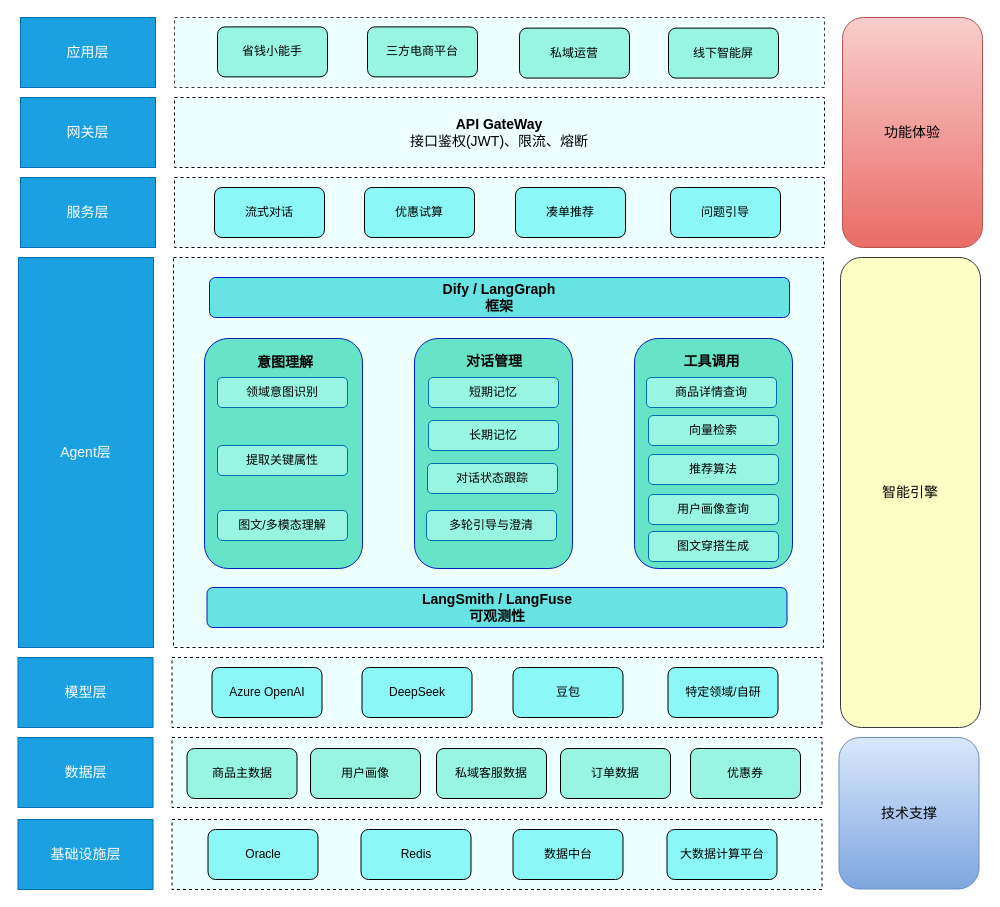
Earlier version of the draw.io diagram engineering/架构设计/省钱小能手-智能导购架构设计图.drawio (Wanke15/wanke15.github.io). Source tidied: cells renumbered, new cells numbered last; positions are measured from the earlier drawing's top-left corner, leaving out a move shared by most shapes. Both pictures are drawn from the tidied source at 100%, with x=0, y=0 at pixel (18, 17).
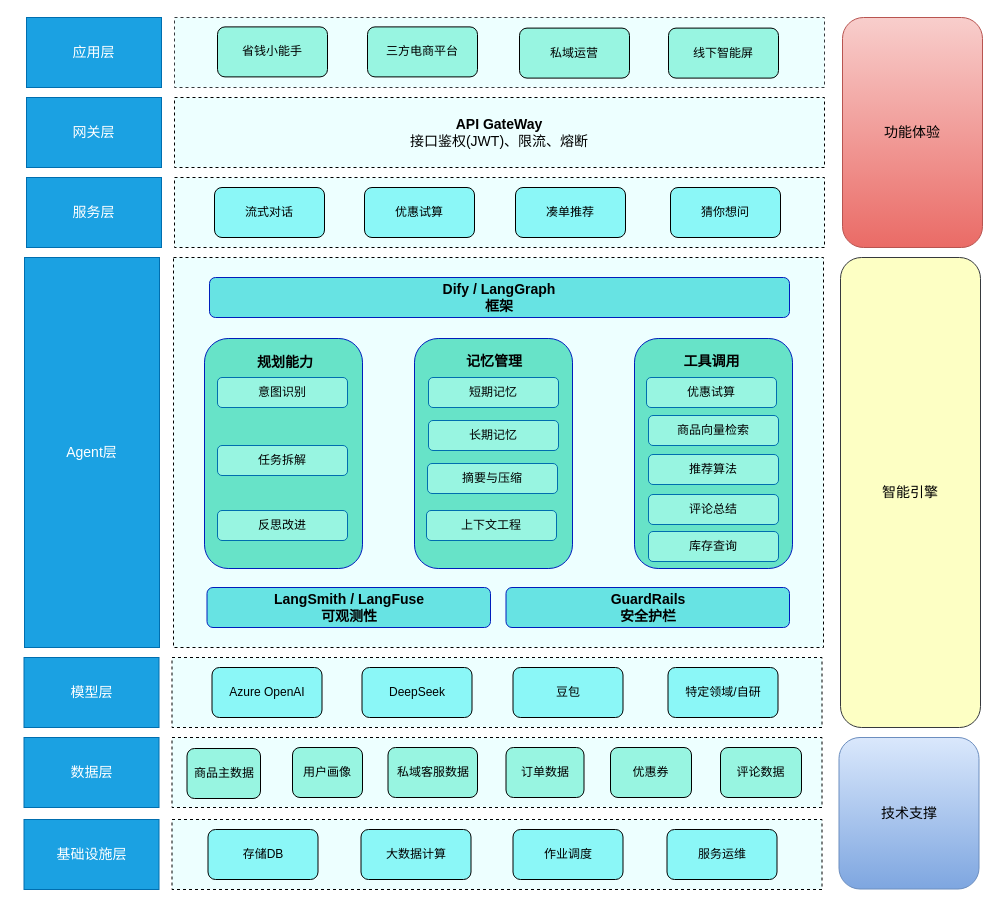
The same diagram, later.

Commit message (it also covers changes not shown here):
更新省钱小能手-智能导购架构设计图.drawio

Diff of the diagram source:
```diff
@@
     <mxCell id="2" value="&lt;font style=&quot;font-size: 14px;&quot;&gt;网关层&lt;/font&gt;" style="rounded=0;whiteSpace=wrap;html=1;fillColor=#1ba1e2;strokeColor=#006EAF;fontColor=#ffffff;" parent="1" vertex="1">
-      <mxGeometry x="2" y="80" width="135" height="70" as="geometry" />
+      <mxGeometry x="8" y="80" width="135" height="70" as="geometry" />
     </mxCell>
@@
     <mxCell id="4" value="&lt;span style=&quot;font-size: 14px;&quot;&gt;Agent层&lt;/span&gt;" style="rounded=0;whiteSpace=wrap;html=1;fillColor=#1ba1e2;strokeColor=#006EAF;fontColor=#ffffff;" parent="1" vertex="1">
-      <mxGeometry y="240" width="135" height="390" as="geometry" />
+      <mxGeometry x="6" y="240" width="135" height="390" as="geometry" />
     </mxCell>
@@
     <mxCell id="6" value="&lt;font style=&quot;font-size: 14px;&quot;&gt;数据层&lt;/font&gt;" style="rounded=0;whiteSpace=wrap;html=1;fillColor=#1ba1e2;strokeColor=#006EAF;fontColor=#ffffff;" parent="1" vertex="1">
-      <mxGeometry x="-0.5" y="720" width="135" height="70" as="geometry" />
+      <mxGeometry x="5.5" y="720" width="135" height="70" as="geometry" />
     </mxCell>
@@
     <mxCell id="8" value="商品主数据" style="rounded=1;whiteSpace=wrap;html=1;fillColor=#98F5E1;" parent="1" vertex="1">
-      <mxGeometry x="168.5" y="731" width="110" height="50" as="geometry" />
+      <mxGeometry x="168.5" y="731" width="73.5" height="50" as="geometry" />
     </mxCell>
     <mxCell id="9" value="用户画像" style="rounded=1;whiteSpace=wrap;html=1;fillColor=#98F5E1;" parent="1" vertex="1">
-      <mxGeometry x="292" y="731" width="110" height="50" as="geometry" />
+      <mxGeometry x="274" y="730" width="70" height="50" as="geometry" />
     </mxCell>
     <mxCell id="10" value="私域客服数据" style="rounded=1;whiteSpace=wrap;html=1;fillColor=#98F5E1;" parent="1" vertex="1">
-      <mxGeometry x="418" y="731" width="110" height="50" as="geometry" />
+      <mxGeometry x="369.5" y="730" width="89.5" height="50" as="geometry" />
     </mxCell>
     <mxCell id="11" value="&lt;font style=&quot;font-size: 14px;&quot;&gt;基础设施层&lt;/font&gt;" style="rounded=0;whiteSpace=wrap;html=1;fillColor=#1ba1e2;strokeColor=#006EAF;fontColor=#ffffff;" parent="1" vertex="1">
-      <mxGeometry x="-0.5" y="802" width="135" height="70" as="geometry" />
+      <mxGeometry x="5.5" y="802" width="135" height="70" as="geometry" />
     </mxCell>
@@
-    <mxCell id="13" value="Redis" style="rounded=1;whiteSpace=wrap;html=1;fillColor=#8BF7F7;" parent="1" vertex="1">
+    <mxCell id="13" value="大数据计算" style="rounded=1;whiteSpace=wrap;html=1;fillColor=#8BF7F7;" parent="1" vertex="1">
       <mxGeometry x="342.5" y="812" width="110" height="50" as="geometry" />
     </mxCell>
     <mxCell id="14" value="&lt;font style=&quot;font-size: 14px;&quot;&gt;应用层&lt;/font&gt;" style="rounded=0;whiteSpace=wrap;html=1;fillColor=#1ba1e2;strokeColor=#006EAF;fontColor=#ffffff;" parent="1" vertex="1">
-      <mxGeometry x="2" width="135" height="70" as="geometry" />
+      <mxGeometry x="8" width="135" height="70" as="geometry" />
     </mxCell>
@@
     <mxCell id="23" value="订单数据" style="rounded=1;whiteSpace=wrap;html=1;fillColor=#98F5E1;" parent="1" vertex="1">
-      <mxGeometry x="542" y="731" width="110" height="50" as="geometry" />
+      <mxGeometry x="487.5" y="730" width="78" height="50" as="geometry" />
     </mxCell>
@@
-    <mxCell id="25" value="&lt;span style=&quot;color: rgb(0, 0, 0);&quot;&gt;领域意图识别&lt;/span&gt;" style="rounded=1;whiteSpace=wrap;html=1;fillColor=#98F5E1;fontColor=#ffffff;strokeColor=#006EAF;" parent="1" vertex="1">
+    <mxCell id="25" value="&lt;span style=&quot;color: rgb(0, 0, 0);&quot;&gt;意图识别&lt;/span&gt;" style="rounded=1;whiteSpace=wrap;html=1;fillColor=#98F5E1;fontColor=#ffffff;strokeColor=#006EAF;" parent="1" vertex="1">
       <mxGeometry x="199" y="360" width="130" height="30" as="geometry" />
     </mxCell>
-    <mxCell id="26" value="&lt;font style=&quot;font-size: 14px;&quot;&gt;&lt;b&gt;意图理解&lt;/b&gt;&lt;/font&gt;" style="text;html=1;whiteSpace=wrap;strokeColor=none;fillColor=none;align=center;verticalAlign=middle;rounded=0;" parent="1" vertex="1">
+    <mxCell id="26" value="&lt;font style=&quot;font-size: 14px;&quot;&gt;&lt;b&gt;规划能力&lt;/b&gt;&lt;/font&gt;" style="text;html=1;whiteSpace=wrap;strokeColor=none;fillColor=none;align=center;verticalAlign=middle;rounded=0;" parent="1" vertex="1">
       <mxGeometry x="227" y="330" width="80" height="30" as="geometry" />
     </mxCell>
@@
-    <mxCell id="29" value="&lt;span style=&quot;font-size: 14px;&quot;&gt;&lt;b&gt;对话管理&lt;/b&gt;&lt;/span&gt;" style="text;html=1;whiteSpace=wrap;strokeColor=none;fillColor=none;align=center;verticalAlign=middle;rounded=0;" parent="1" vertex="1">
+    <mxCell id="29" value="&lt;span style=&quot;font-size: 14px;&quot;&gt;&lt;b&gt;记忆管理&lt;/b&gt;&lt;/span&gt;" style="text;html=1;whiteSpace=wrap;strokeColor=none;fillColor=none;align=center;verticalAlign=middle;rounded=0;" parent="1" vertex="1">
       <mxGeometry x="436" y="329" width="80" height="30" as="geometry" />
     </mxCell>
@@
-    <mxCell id="31" value="&lt;font style=&quot;color: rgb(0, 0, 0);&quot;&gt;商品详情查询&lt;/font&gt;" style="rounded=1;whiteSpace=wrap;html=1;fillColor=#98F5E1;fontColor=#ffffff;strokeColor=#006EAF;" parent="1" vertex="1">
+    <mxCell id="31" value="&lt;font style=&quot;color: rgb(0, 0, 0);&quot;&gt;优惠试算&lt;/font&gt;" style="rounded=1;whiteSpace=wrap;html=1;fillColor=#98F5E1;fontColor=#ffffff;strokeColor=#006EAF;" parent="1" vertex="1">
       <mxGeometry x="628" y="360" width="130" height="30" as="geometry" />
     </mxCell>
@@
-    <mxCell id="33" value="&lt;font color=&quot;#000000&quot;&gt;提取关键属性&lt;/font&gt;" style="rounded=1;whiteSpace=wrap;html=1;fillColor=#98F5E1;fontColor=#ffffff;strokeColor=#006EAF;" parent="1" vertex="1">
+    <mxCell id="33" value="&lt;font color=&quot;#000000&quot;&gt;任务拆解&lt;/font&gt;" style="rounded=1;whiteSpace=wrap;html=1;fillColor=#98F5E1;fontColor=#ffffff;strokeColor=#006EAF;" parent="1" vertex="1">
       <mxGeometry x="199" y="428" width="130" height="30" as="geometry" />
     </mxCell>
-    <mxCell id="34" value="&lt;font color=&quot;#000000&quot;&gt;图文/多模态理解&lt;/font&gt;" style="rounded=1;whiteSpace=wrap;html=1;fillColor=#98F5E1;fontColor=#ffffff;strokeColor=#006EAF;" parent="1" vertex="1">
+    <mxCell id="34" value="&lt;font color=&quot;#000000&quot;&gt;反思改进&lt;/font&gt;" style="rounded=1;whiteSpace=wrap;html=1;fillColor=#98F5E1;fontColor=#ffffff;strokeColor=#006EAF;" parent="1" vertex="1">
       <mxGeometry x="199" y="493" width="130" height="30" as="geometry" />
     </mxCell>
@@
-    <mxCell id="36" value="&lt;font style=&quot;color: rgb(0, 0, 0);&quot;&gt;对话状态跟踪&lt;/font&gt;" style="rounded=1;whiteSpace=wrap;html=1;fillColor=#98F5E1;fontColor=#ffffff;strokeColor=#006EAF;" parent="1" vertex="1">
+    <mxCell id="36" value="&lt;font style=&quot;color: rgb(0, 0, 0);&quot;&gt;摘要与压缩&lt;/font&gt;" style="rounded=1;whiteSpace=wrap;html=1;fillColor=#98F5E1;fontColor=#ffffff;strokeColor=#006EAF;" parent="1" vertex="1">
       <mxGeometry x="409" y="446" width="130" height="30" as="geometry" />
     </mxCell>
-    <mxCell id="37" value="&lt;font color=&quot;#000000&quot;&gt;向量检索&lt;/font&gt;" style="rounded=1;whiteSpace=wrap;html=1;fillColor=#98F5E1;fontColor=#ffffff;strokeColor=#006EAF;" parent="1" vertex="1">
+    <mxCell id="37" value="&lt;font color=&quot;#000000&quot;&gt;商品向量检索&lt;/font&gt;" style="rounded=1;whiteSpace=wrap;html=1;fillColor=#98F5E1;fontColor=#ffffff;strokeColor=#006EAF;" parent="1" vertex="1">
       <mxGeometry x="630" y="398" width="130" height="30" as="geometry" />
     </mxCell>
@@
-    <mxCell id="39" value="&lt;font color=&quot;#000000&quot;&gt;图文穿搭生成&lt;/font&gt;" style="rounded=1;whiteSpace=wrap;html=1;fillColor=#98F5E1;fontColor=#ffffff;strokeColor=#006EAF;" parent="1" vertex="1">
+    <mxCell id="39" value="&lt;font color=&quot;#000000&quot;&gt;库存查询&lt;/font&gt;" style="rounded=1;whiteSpace=wrap;html=1;fillColor=#98F5E1;fontColor=#ffffff;strokeColor=#006EAF;" parent="1" vertex="1">
       <mxGeometry x="630" y="514" width="130" height="30" as="geometry" />
     </mxCell>
-    <mxCell id="40" value="&lt;font color=&quot;#000000&quot;&gt;用户画像查询&lt;/font&gt;" style="rounded=1;whiteSpace=wrap;html=1;fillColor=#98F5E1;fontColor=#ffffff;strokeColor=#006EAF;" parent="1" vertex="1">
+    <mxCell id="40" value="&lt;span style=&quot;color: rgb(0, 0, 0);&quot;&gt;评论总结&lt;/span&gt;" style="rounded=1;whiteSpace=wrap;html=1;fillColor=#98F5E1;fontColor=#ffffff;strokeColor=#006EAF;" parent="1" vertex="1">
       <mxGeometry x="630" y="477" width="130" height="30" as="geometry" />
     </mxCell>
-    <mxCell id="41" value="&lt;font style=&quot;color: rgb(0, 0, 0);&quot;&gt;多轮引导与澄清&lt;/font&gt;" style="rounded=1;whiteSpace=wrap;html=1;fillColor=#98F5E1;fontColor=#ffffff;strokeColor=#006EAF;" parent="1" vertex="1">
+    <mxCell id="41" value="&lt;span style=&quot;color: rgb(0, 0, 0);&quot;&gt;上下文工程&lt;/span&gt;" style="rounded=1;whiteSpace=wrap;html=1;fillColor=#98F5E1;fontColor=#ffffff;strokeColor=#006EAF;" parent="1" vertex="1">
       <mxGeometry x="408" y="493" width="130" height="30" as="geometry" />
     </mxCell>
     <mxCell id="42" value="&lt;font style=&quot;font-size: 14px;&quot;&gt;模型层&lt;/font&gt;" style="rounded=0;whiteSpace=wrap;html=1;fillColor=#1ba1e2;strokeColor=#006EAF;fontColor=#ffffff;" parent="1" vertex="1">
-      <mxGeometry x="-0.5" y="640" width="135" height="70" as="geometry" />
+      <mxGeometry x="5.5" y="640" width="135" height="70" as="geometry" />
     </mxCell>
@@
-    <mxCell id="49" value="数据中台" style="rounded=1;whiteSpace=wrap;html=1;fillColor=#8BF7F7;" parent="1" vertex="1">
+    <mxCell id="49" value="作业调度" style="rounded=1;whiteSpace=wrap;html=1;fillColor=#8BF7F7;" parent="1" vertex="1">
       <mxGeometry x="494.5" y="812" width="110" height="50" as="geometry" />
     </mxCell>
-    <mxCell id="50" value="大数据计算平台" style="rounded=1;whiteSpace=wrap;html=1;fillColor=#8BF7F7;" parent="1" vertex="1">
+    <mxCell id="50" value="服务运维" style="rounded=1;whiteSpace=wrap;html=1;fillColor=#8BF7F7;" parent="1" vertex="1">
       <mxGeometry x="648.5" y="812" width="110" height="50" as="geometry" />
     </mxCell>
-    <mxCell id="51" value="Oracle" style="rounded=1;whiteSpace=wrap;html=1;fillColor=#8BF7F7;" parent="1" vertex="1">
+    <mxCell id="51" value="存储DB" style="rounded=1;whiteSpace=wrap;html=1;fillColor=#8BF7F7;" parent="1" vertex="1">
       <mxGeometry x="189.5" y="812" width="110" height="50" as="geometry" />
     </mxCell>
     <mxCell id="52" value="&lt;font style=&quot;font-size: 14px;&quot;&gt;服务层&lt;/font&gt;" style="rounded=0;whiteSpace=wrap;html=1;fillColor=#1ba1e2;strokeColor=#006EAF;fontColor=#ffffff;" parent="1" vertex="1">
-      <mxGeometry x="2" y="160" width="135" height="70" as="geometry" />
+      <mxGeometry x="8" y="160" width="135" height="70" as="geometry" />
     </mxCell>
@@
-    <mxCell id="55" value="问题引导" style="rounded=1;whiteSpace=wrap;html=1;fillColor=#8BF7F7;" parent="1" vertex="1">
+    <mxCell id="55" value="猜你想问" style="rounded=1;whiteSpace=wrap;html=1;fillColor=#8BF7F7;" parent="1" vertex="1">
       <mxGeometry x="652" y="170" width="110" height="50" as="geometry" />
     </mxCell>
@@
     <mxCell id="58" value="&lt;div style=&quot;&quot;&gt;&lt;font color=&quot;#000000&quot;&gt;&lt;span style=&quot;font-size: 14px;&quot;&gt;&lt;b&gt;LangSmith / LangFuse&lt;/b&gt;&lt;/span&gt;&lt;/font&gt;&lt;/div&gt;&lt;div style=&quot;&quot;&gt;&lt;font color=&quot;#000000&quot;&gt;&lt;span style=&quot;font-size: 14px;&quot;&gt;&lt;b&gt;可观测性&lt;/b&gt;&lt;/span&gt;&lt;/font&gt;&lt;/div&gt;" style="rounded=1;whiteSpace=wrap;html=1;align=center;fillColor=#67E3E3;fontColor=#ffffff;strokeColor=#001DBC;" parent="1" vertex="1">
-      <mxGeometry x="188.5" y="570" width="580" height="40" as="geometry" />
+      <mxGeometry x="188.5" y="570" width="283.5" height="40" as="geometry" />
     </mxCell>
     <mxCell id="59" value="优惠券" style="rounded=1;whiteSpace=wrap;html=1;fillColor=#98F5E1;" parent="1" vertex="1">
-      <mxGeometry x="672" y="731" width="110" height="50" as="geometry" />
+      <mxGeometry x="592" y="730" width="81" height="50" as="geometry" />
     </mxCell>
+    <mxCell id="60" value="&lt;div style=&quot;&quot;&gt;&lt;b style=&quot;font-size: 14px; color: light-dark(rgb(0, 0, 0), rgb(237, 237, 237)); background-color: transparent;&quot;&gt;GuardRails&lt;br&gt;安全护栏&lt;/b&gt;&lt;/div&gt;" style="rounded=1;whiteSpace=wrap;html=1;align=center;fillColor=#67E3E3;fontColor=#ffffff;strokeColor=#001DBC;" parent="1" vertex="1">
+      <mxGeometry x="487.5" y="570" width="283.5" height="40" as="geometry" />
+    </mxCell>
+    <mxCell id="61" value="评论数据" style="rounded=1;whiteSpace=wrap;html=1;fillColor=#98F5E1;" parent="1" vertex="1">
+      <mxGeometry x="702" y="730" width="81" height="50" as="geometry" />
+    </mxCell>
```
